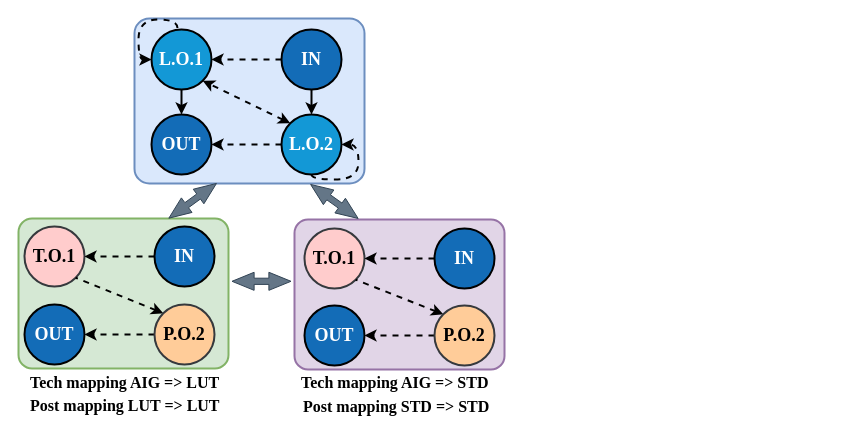
Earlier version of the draw.io diagram asicmodeling.drawio (kxzhu0505/LogicSynOpt). Source tidied: cells renumbered, new cells numbered last; positions are measured from the earlier drawing's top-left corner, leaving out a move shared by most shapes. Both pictures are drawn from the tidied source at 100%, with x=0, y=0 at pixel (18, 18).
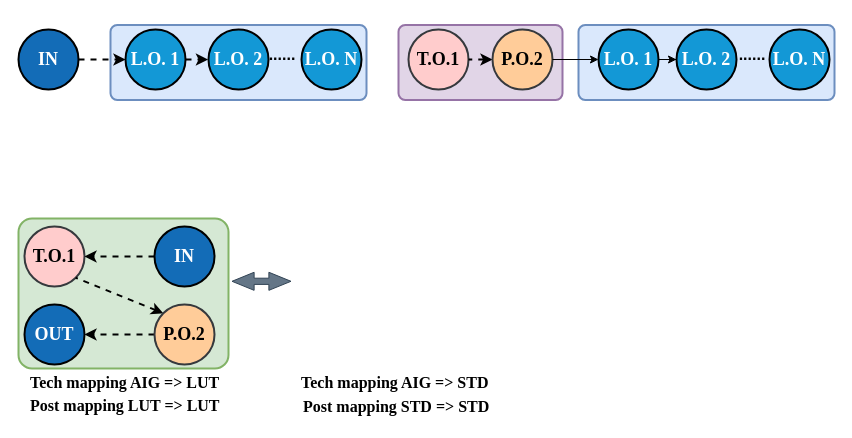
After the change.

The change refers to these unchanged cells:
```xml
<mxCell id="15" style="rounded=1;whiteSpace=wrap;html=1;arcSize=9;fillColor=#d5e8d4;strokeColor=#82b366;strokeWidth=2;" parent="1" vertex="1">
  <mxGeometry y="200" width="210" height="150" as="geometry" />
</mxCell>
```

What changed in the source:
```diff
@@
     <mxCell id="2" style="rounded=1;whiteSpace=wrap;html=1;arcSize=9;fillColor=#e1d5e7;strokeColor=#9673a6;strokeWidth=2;" parent="1" vertex="1">
-      <mxGeometry x="276" y="201" width="210" height="150" as="geometry" />
+      <mxGeometry x="380" y="6.5" width="164" height="75" as="geometry" />
     </mxCell>
     <mxCell id="3" style="rounded=1;whiteSpace=wrap;html=1;arcSize=9;fillColor=#dae8fc;strokeColor=#6c8ebf;strokeWidth=2;" parent="1" vertex="1">
-      <mxGeometry x="116" width="230" height="165" as="geometry" />
+      <mxGeometry x="92" y="6.5" width="256" height="75" as="geometry" />
     </mxCell>
-    <mxCell id="4" style="edgeStyle=orthogonalEdgeStyle;rounded=0;jettySize=auto;html=1;entryX=0.5;entryY=0;entryDx=0;entryDy=0;strokeWidth=2;dashed=1;" parent="1" edge="1" source="5" target="9">
-      <mxGeometry relative="1" as="geometry" />
-    </mxCell>
-    <mxCell id="5" value="&lt;font color=&quot;#ffffff&quot; face=&quot;Times New Roman&quot; style=&quot;font-size: 18px;&quot;&gt;&lt;b&gt;L.O.1&lt;/b&gt;&lt;/font&gt;" style="ellipse;whiteSpace=wrap;html=1;strokeWidth=2;fillColor=#1398D6;" parent="1" vertex="1">
-      <mxGeometry x="133" y="11" width="60" height="60" as="geometry" />
+    <mxCell id="5" value="&lt;font color=&quot;#ffffff&quot; face=&quot;Times New Roman&quot; style=&quot;font-size: 18px;&quot;&gt;&lt;b&gt;L.O. 1&lt;/b&gt;&lt;/font&gt;" style="ellipse;whiteSpace=wrap;html=1;strokeWidth=2;fillColor=#1398D6;" parent="1" vertex="1">
+      <mxGeometry x="107" y="11" width="60" height="60" as="geometry" />
     </mxCell>
-    <mxCell id="6" style="rounded=0;jettySize=auto;html=1;entryX=1;entryY=1;entryDx=0;entryDy=0;exitX=0;exitY=0;exitDx=0;exitDy=0;strokeWidth=2;startArrow=classic;startFill=1;dashed=1;" parent="1" edge="1" source="8" target="5">
-      <mxGeometry relative="1" as="geometry" />
-    </mxCell>
-    <mxCell id="7" style="edgeStyle=orthogonalEdgeStyle;rounded=0;jettySize=auto;html=1;entryX=1;entryY=0.5;entryDx=0;entryDy=0;strokeWidth=2;dashed=1;" parent="1" edge="1" source="8" target="9">
-      <mxGeometry relative="1" as="geometry" />
-    </mxCell>
-    <mxCell id="8" value="&lt;b style=&quot;font-family: &amp;quot;Times New Roman&amp;quot;; font-size: 18px;&quot;&gt;&lt;font color=&quot;#ffffff&quot;&gt;L.O.2&lt;/font&gt;&lt;/b&gt;" style="ellipse;whiteSpace=wrap;html=1;strokeWidth=2;fillColor=#1398D6;" parent="1" vertex="1">
-      <mxGeometry x="263" y="96" width="60" height="60" as="geometry" />
+    <mxCell id="8" value="&lt;b style=&quot;font-family: &amp;quot;Times New Roman&amp;quot;; font-size: 18px;&quot;&gt;&lt;font color=&quot;#ffffff&quot;&gt;L.O. N&lt;/font&gt;&lt;/b&gt;" style="ellipse;whiteSpace=wrap;html=1;strokeWidth=2;fillColor=#1398D6;" parent="1" vertex="1">
+      <mxGeometry x="283" y="11" width="60" height="60" as="geometry" />
     </mxCell>
-    <mxCell id="9" value="&lt;b style=&quot;font-family: &amp;quot;Times New Roman&amp;quot;; font-size: 18px;&quot;&gt;&lt;font color=&quot;#ffffff&quot;&gt;OUT&lt;/font&gt;&lt;/b&gt;" style="ellipse;whiteSpace=wrap;html=1;strokeWidth=2;fillColor=#136cb7;" parent="1" vertex="1">
-      <mxGeometry x="133" y="96" width="60" height="60" as="geometry" />
-    </mxCell>
-    <mxCell id="10" style="edgeStyle=orthogonalEdgeStyle;rounded=0;jettySize=auto;html=1;entryX=1;entryY=0.5;entryDx=0;entryDy=0;strokeWidth=2;dashed=1;" parent="1" edge="1" source="12" target="5">
-      <mxGeometry relative="1" as="geometry" />
-    </mxCell>
-    <mxCell id="11" style="edgeStyle=orthogonalEdgeStyle;rounded=0;jettySize=auto;html=1;entryX=0.5;entryY=0;entryDx=0;entryDy=0;strokeWidth=2;dashed=1;" parent="1" edge="1" source="12" target="8">
+    <mxCell id="11" style="edgeStyle=orthogonalEdgeStyle;rounded=0;jettySize=auto;html=1;strokeWidth=2;dashed=1;entryX=0;entryY=0.5;entryDx=0;entryDy=0;" parent="1" edge="1" source="12" target="5">
       <mxGeometry relative="1" as="geometry" />
     </mxCell>
     <mxCell id="12" value="&lt;b style=&quot;font-family: &amp;quot;Times New Roman&amp;quot;; font-size: 18px;&quot;&gt;&lt;font color=&quot;#ffffff&quot;&gt;IN&lt;/font&gt;&lt;/b&gt;" style="ellipse;whiteSpace=wrap;html=1;strokeWidth=2;fillColor=#136cb7;" parent="1" vertex="1">
-      <mxGeometry x="263" y="11" width="60" height="60" as="geometry" />
+      <mxGeometry y="11" width="60" height="60" as="geometry" />
     </mxCell>
-    <mxCell id="13" style="edgeStyle=orthogonalEdgeStyle;rounded=0;orthogonalLoop=1;jettySize=auto;html=1;entryX=0;entryY=0.5;entryDx=0;entryDy=0;curved=1;exitX=0.433;exitY=-0.023;exitDx=0;exitDy=0;exitPerimeter=0;strokeWidth=2;dashed=1;" parent="1" edge="1" source="5" target="5">
-      <mxGeometry relative="1" as="geometry">
-        <Array as="points">
-          <mxPoint x="159" y="1" />
-          <mxPoint x="120" y="1" />
-          <mxPoint x="120" y="41" />
-        </Array>
-      </mxGeometry>
-    </mxCell>
-    <mxCell id="14" style="edgeStyle=orthogonalEdgeStyle;rounded=0;orthogonalLoop=1;jettySize=auto;html=1;entryX=1;entryY=0.5;entryDx=0;entryDy=0;curved=1;exitX=0.5;exitY=1;exitDx=0;exitDy=0;strokeWidth=2;dashed=1;" parent="1" edge="1" source="8" target="8">
-      <mxGeometry relative="1" as="geometry">
-        <Array as="points">
-          <mxPoint x="293" y="161" />
-          <mxPoint x="340" y="161" />
-          <mxPoint x="340" y="126" />
-        </Array>
-      </mxGeometry>
-    </mxCell>
@@
     <mxCell id="23" value="&lt;font face=&quot;Times New Roman&quot; style=&quot;font-size: 18px;&quot;&gt;&lt;b&gt;T.O.1&lt;/b&gt;&lt;/font&gt;" style="ellipse;whiteSpace=wrap;html=1;strokeWidth=2;fillColor=#ffcccc;strokeColor=#36393d;" parent="1" vertex="1">
-      <mxGeometry x="286" y="210" width="60" height="60" as="geometry" />
+      <mxGeometry x="390" y="11" width="60" height="60" as="geometry" />
     </mxCell>
-    <mxCell id="24" style="rounded=0;jettySize=auto;html=1;entryX=1;entryY=1;entryDx=0;entryDy=0;exitX=0;exitY=0;exitDx=0;exitDy=0;strokeWidth=2;startArrow=classic;startFill=1;dashed=1;endArrow=none;endFill=0;" parent="1" edge="1" source="26" target="23">
+    <mxCell id="24" style="rounded=0;jettySize=auto;html=1;entryX=1;entryY=0.5;entryDx=0;entryDy=0;exitX=0;exitY=0.5;exitDx=0;exitDy=0;strokeWidth=2;startArrow=classic;startFill=1;dashed=1;endArrow=none;endFill=0;" parent="1" edge="1" source="26" target="23">
       <mxGeometry relative="1" as="geometry" />
     </mxCell>
-    <mxCell id="25" style="edgeStyle=orthogonalEdgeStyle;rounded=0;jettySize=auto;html=1;entryX=1;entryY=0.5;entryDx=0;entryDy=0;strokeWidth=2;dashed=1;" parent="1" edge="1" source="26" target="27">
-      <mxGeometry relative="1" as="geometry" />
-    </mxCell>
     <mxCell id="26" value="&lt;b style=&quot;font-family: &amp;quot;Times New Roman&amp;quot;; font-size: 18px;&quot;&gt;P.O.2&lt;/b&gt;" style="ellipse;whiteSpace=wrap;html=1;strokeWidth=2;fillColor=#ffcc99;strokeColor=#36393d;" parent="1" vertex="1">
-      <mxGeometry x="416" y="287" width="60" height="60" as="geometry" />
+      <mxGeometry x="474" y="11" width="60" height="60" as="geometry" />
     </mxCell>
-    <mxCell id="27" value="&lt;b style=&quot;font-family: &amp;quot;Times New Roman&amp;quot;; font-size: 18px;&quot;&gt;&lt;font color=&quot;#ffffff&quot;&gt;OUT&lt;/font&gt;&lt;/b&gt;" style="ellipse;whiteSpace=wrap;html=1;strokeWidth=2;fillColor=#136CB7;" parent="1" vertex="1">
-      <mxGeometry x="286" y="287" width="60" height="60" as="geometry" />
-    </mxCell>
-    <mxCell id="28" style="edgeStyle=orthogonalEdgeStyle;rounded=0;jettySize=auto;html=1;entryX=1;entryY=0.5;entryDx=0;entryDy=0;strokeWidth=2;dashed=1;" parent="1" edge="1" source="29" target="23">
-      <mxGeometry relative="1" as="geometry" />
-    </mxCell>
-    <mxCell id="29" value="&lt;b style=&quot;font-family: &amp;quot;Times New Roman&amp;quot;; font-size: 18px;&quot;&gt;&lt;font color=&quot;#ffffff&quot;&gt;IN&lt;/font&gt;&lt;/b&gt;" style="ellipse;whiteSpace=wrap;html=1;strokeWidth=2;fillColor=#136CB7;" parent="1" vertex="1">
-      <mxGeometry x="416" y="210" width="60" height="60" as="geometry" />
-    </mxCell>
@@
-    <mxCell id="34" style="shape=flexArrow;endArrow=classic;startArrow=classic;html=1;rounded=0;width=6.206896551724139;endSize=7.036781609195403;startWidth=10.825736557008852;startSize=7.036781609195403;endWidth=10.825736557008852;fillColor=#647687;exitX=0.714;exitY=0;exitDx=0;exitDy=0;exitPerimeter=0;strokeColor=#314354;entryX=0.358;entryY=0.998;entryDx=0;entryDy=0;entryPerimeter=0;" parent="1" edge="1" source="15" target="3">
-      <mxGeometry relative="1" as="geometry" />
-    </mxCell>
-    <mxCell id="35" style="shape=flexArrow;endArrow=classic;startArrow=classic;html=1;rounded=0;width=6.206896551724139;endSize=7.036781609195403;startWidth=10.825736557008852;startSize=7.036781609195403;endWidth=10.825736557008852;fillColor=#647687;exitX=0.764;exitY=1.004;exitDx=0;exitDy=0;exitPerimeter=0;strokeColor=#314354;entryX=0.305;entryY=-0.005;entryDx=0;entryDy=0;entryPerimeter=0;" parent="1" edge="1" source="3" target="2">
-      <mxGeometry relative="1" as="geometry" />
-    </mxCell>
@@
+    <mxCell id="37" value="&lt;b style=&quot;&quot;&gt;&lt;font style=&quot;font-size: 16px;&quot;&gt;......&lt;/font&gt;&lt;/b&gt;" style="text;html=1;align=center;verticalAlign=middle;whiteSpace=wrap;rounded=0;" parent="1" vertex="1">
+      <mxGeometry x="239" y="21.6" width="50" height="28.9" as="geometry" />
+    </mxCell>
+    <mxCell id="38" value="&lt;b style=&quot;font-family: &amp;quot;Times New Roman&amp;quot;; font-size: 18px;&quot;&gt;&lt;font color=&quot;#ffffff&quot;&gt;L.O. 2&lt;/font&gt;&lt;/b&gt;" style="ellipse;whiteSpace=wrap;html=1;strokeWidth=2;fillColor=#1398D6;" parent="1" vertex="1">
+      <mxGeometry x="190" y="11" width="60" height="60" as="geometry" />
+    </mxCell>
+    <mxCell id="39" style="rounded=1;whiteSpace=wrap;html=1;arcSize=9;fillColor=#dae8fc;strokeColor=#6c8ebf;strokeWidth=2;" parent="1" vertex="1">
+      <mxGeometry x="560" y="6.5" width="256" height="75" as="geometry" />
+    </mxCell>
+    <mxCell id="40" style="edgeStyle=orthogonalEdgeStyle;rounded=0;jettySize=auto;html=1;entryX=0;entryY=0.5;entryDx=0;entryDy=0;" parent="1" edge="1" source="41" target="44">
+      <mxGeometry relative="1" as="geometry" />
+    </mxCell>
+    <mxCell id="41" value="&lt;font color=&quot;#ffffff&quot; face=&quot;Times New Roman&quot; style=&quot;font-size: 18px;&quot;&gt;&lt;b&gt;L.O. 1&lt;/b&gt;&lt;/font&gt;" style="ellipse;whiteSpace=wrap;html=1;strokeWidth=2;fillColor=#1398D6;" parent="1" vertex="1">
+      <mxGeometry x="580" y="11" width="60" height="60" as="geometry" />
+    </mxCell>
+    <mxCell id="42" value="&lt;b style=&quot;font-family: &amp;quot;Times New Roman&amp;quot;; font-size: 18px;&quot;&gt;&lt;font color=&quot;#ffffff&quot;&gt;L.O. N&lt;/font&gt;&lt;/b&gt;" style="ellipse;whiteSpace=wrap;html=1;strokeWidth=2;fillColor=#1398D6;" parent="1" vertex="1">
+      <mxGeometry x="751" y="11" width="60" height="60" as="geometry" />
+    </mxCell>
+    <mxCell id="43" value="&lt;b style=&quot;&quot;&gt;&lt;font style=&quot;font-size: 16px;&quot;&gt;......&lt;/font&gt;&lt;/b&gt;" style="text;html=1;align=center;verticalAlign=middle;whiteSpace=wrap;rounded=0;" parent="1" vertex="1">
+      <mxGeometry x="709" y="21.6" width="50" height="28.9" as="geometry" />
+    </mxCell>
+    <mxCell id="44" value="&lt;b style=&quot;font-family: &amp;quot;Times New Roman&amp;quot;; font-size: 18px;&quot;&gt;&lt;font color=&quot;#ffffff&quot;&gt;L.O. 2&lt;/font&gt;&lt;/b&gt;" style="ellipse;whiteSpace=wrap;html=1;strokeWidth=2;fillColor=#1398D6;" parent="1" vertex="1">
+      <mxGeometry x="658" y="11" width="60" height="60" as="geometry" />
+    </mxCell>
+    <mxCell id="45" style="edgeStyle=orthogonalEdgeStyle;rounded=0;jettySize=auto;html=1;entryX=0;entryY=0.5;entryDx=0;entryDy=0;" parent="1" edge="1" source="26" target="41">
+      <mxGeometry relative="1" as="geometry" />
+    </mxCell>
+    <mxCell id="46" style="edgeStyle=orthogonalEdgeStyle;rounded=0;jettySize=auto;html=1;strokeWidth=2;dashed=1;entryX=0;entryY=0.5;entryDx=0;entryDy=0;exitX=1;exitY=0.5;exitDx=0;exitDy=0;" parent="1" edge="1" source="5">
+      <mxGeometry relative="1" as="geometry">
+        <mxPoint x="189.5" y="40.8" as="targetPoint" />
+      </mxGeometry>
+    </mxCell>
```
